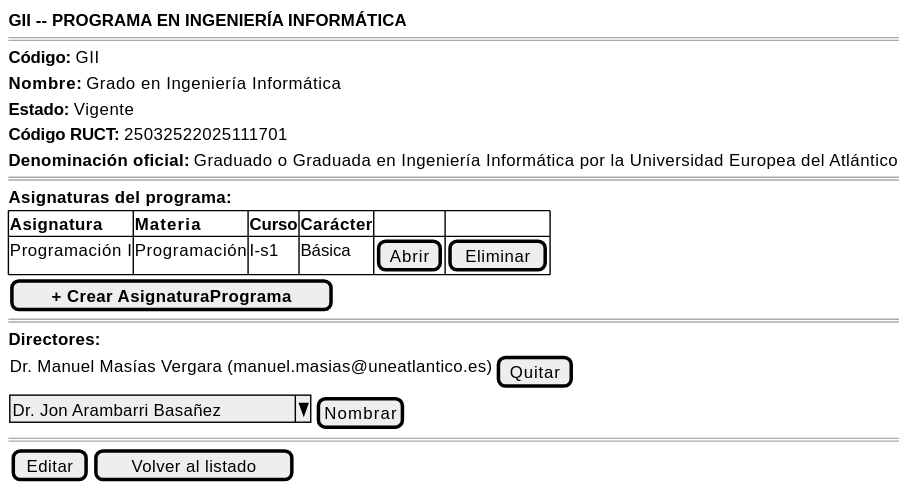
mmasias/pyCeldaPublico keeps this PlantUML diagram as images/RUP/01-requisitos/03-detalle-casos-uso/abrirPrograma/wireframe.svg. Above is the earlier version.
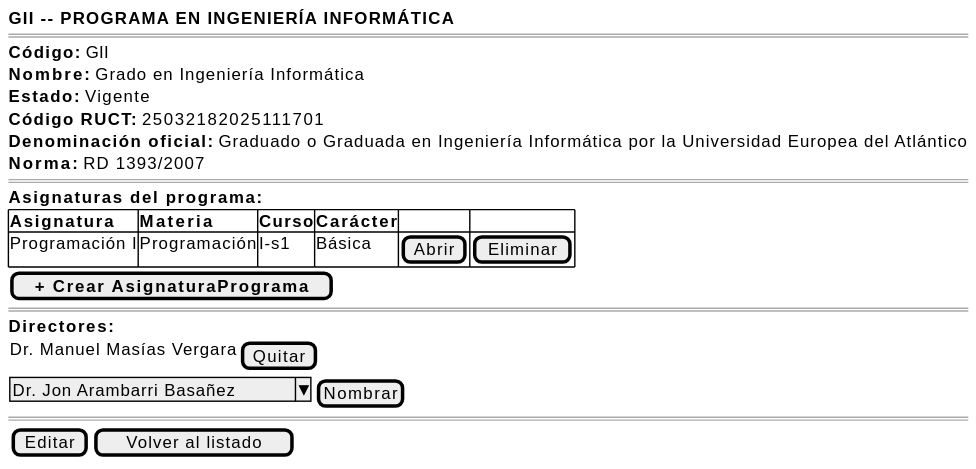
After the commit.

What changed in the source:
```diff
@@ -5,8 +5,9 @@
     <b>Código:</b> GII
     <b>Nombre:</b> Grado en Ingeniería Informática
     <b>Estado:</b> Vigente
-    <b>Código RUCT:</b> 25032522025111701
+    <b>Código RUCT:</b> 25032182025111701
     <b>Denominación oficial:</b> Graduado o Graduada en Ingeniería Informática por la Universidad Europea del Atlántico
+    <b>Norma:</b> RD 1393/2007
     ====
     <b>Asignaturas del programa:</b>
     {#
@@ -17,7 +18,7 @@
     ====
     <b>Directores:</b>
     {
-        Dr. Manuel Masías Vergara (manuel.masias@uneatlantico.es) | [Quitar]
+        Dr. Manuel Masías Vergara | [Quitar]
     }
     {
         ^Dr. Jon Arambarri Basañez^ | [Nombrar]
```
